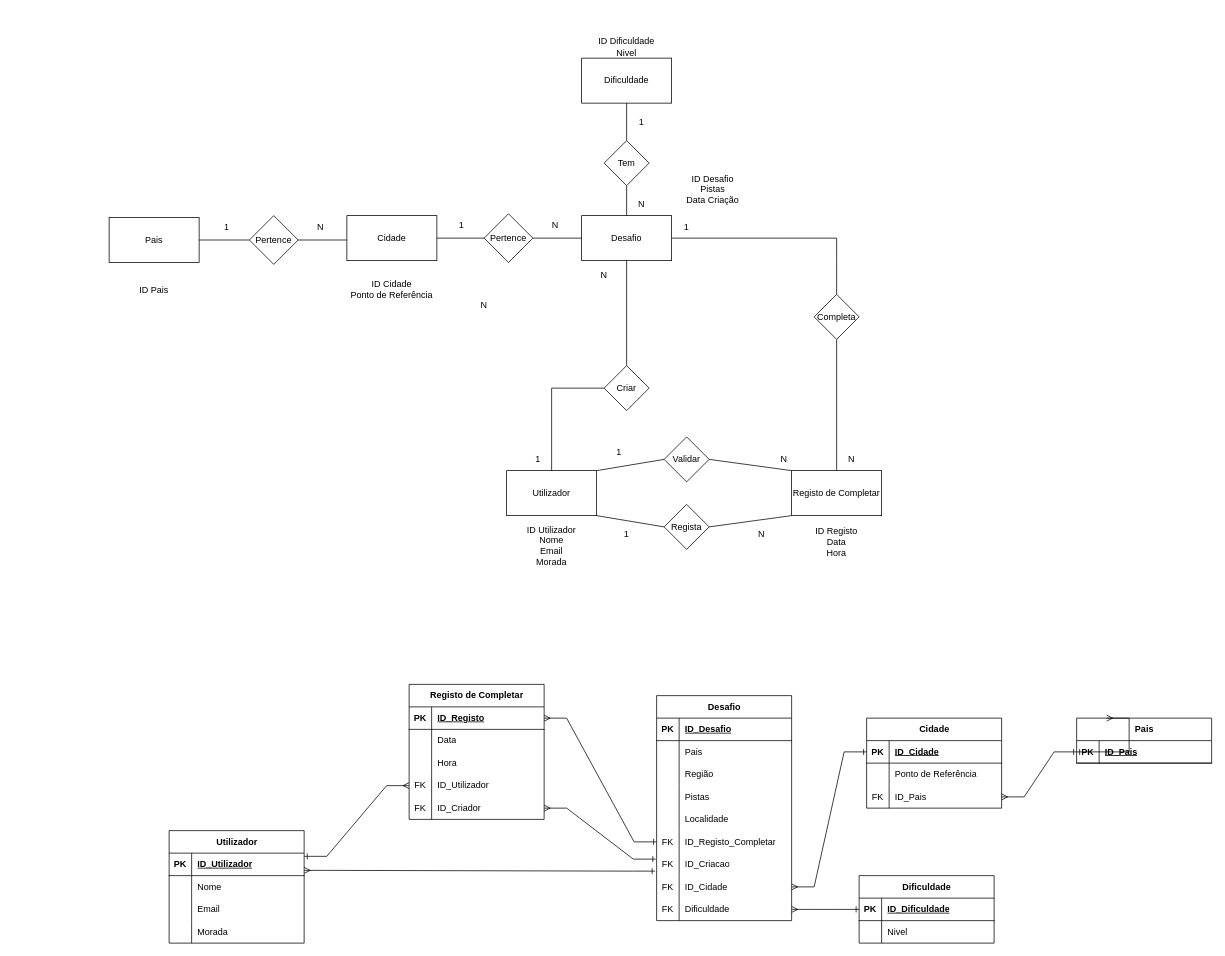
GoncaloPereira97/CESAE_Softdev_PRT_1023 keeps this draw.io diagram as Ex_04_TrabalhoGrupo.drawio. Above is the earlier version. Source tidied: cells renumbered, new cells numbered last; positions are measured from the earlier drawing's top-left corner, leaving out a move shared by most shapes. Both pictures are drawn from the tidied source at 75%, with x=0, y=0 at pixel (109, 13).
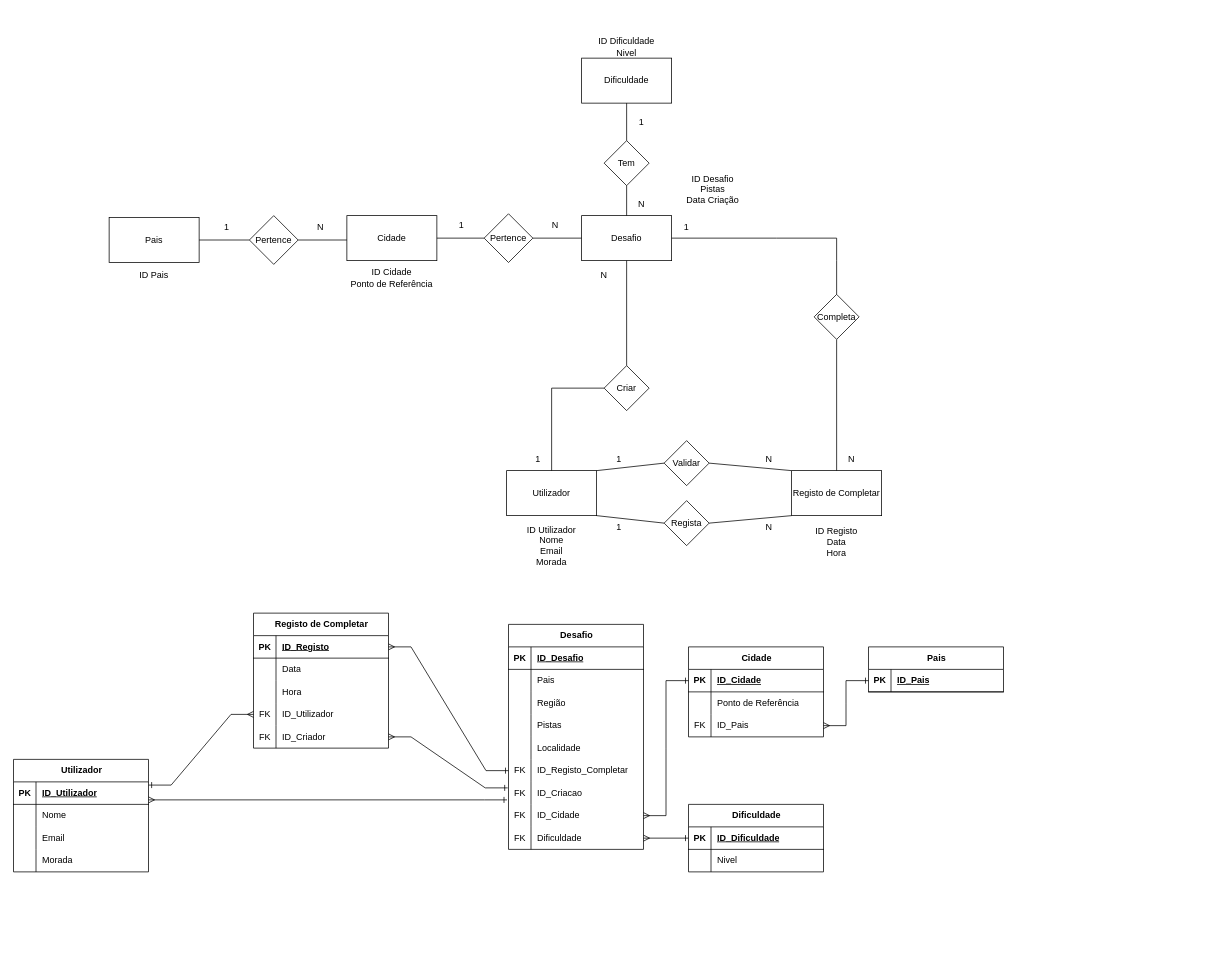
Above is the later version.

The change refers to these unchanged cells:
```xml
<mxCell id="24" style="shape=tableRow;horizontal=0;startSize=0;swimlaneHead=0;swimlaneBody=0;fillColor=none;points=[[0,0.5],[1,0.5]];portConstraint=eastwest;top=0;left=0;right=0;bottom=1;" parent="23" vertex="1">
  <mxGeometry y="30" width="180" height="30" as="geometry" />
</mxCell>
<mxCell id="33" style="shape=tableRow;horizontal=0;startSize=0;swimlaneHead=0;swimlaneBody=0;fillColor=none;points=[[0,0.5],[1,0.5]];portConstraint=eastwest;top=0;left=0;right=0;bottom=0;" parent="23" vertex="1">
  <mxGeometry y="120" width="180" height="30" as="geometry" />
</mxCell>
<mxCell id="40" style="shape=tableRow;horizontal=0;startSize=0;swimlaneHead=0;swimlaneBody=0;fillColor=none;points=[[0,0.5],[1,0.5]];portConstraint=eastwest;top=0;left=0;right=0;bottom=1;" parent="39" vertex="1">
  <mxGeometry y="30" width="180" height="30" as="geometry" />
</mxCell>
<mxCell id="47" style="shape=tableRow;horizontal=0;startSize=0;swimlaneHead=0;swimlaneBody=0;fillColor=none;points=[[0,0.5],[1,0.5]];portConstraint=eastwest;top=0;left=0;right=0;bottom=1;" parent="46" vertex="1">
  <mxGeometry y="30" width="180" height="30" as="geometry" />
</mxCell>
<mxCell id="90" style="shape=tableRow;horizontal=0;startSize=0;swimlaneHead=0;swimlaneBody=0;fillColor=none;points=[[0,0.5],[1,0.5]];portConstraint=eastwest;top=0;left=0;right=0;bottom=1;" parent="89" vertex="1">
  <mxGeometry y="30" width="180" height="30" as="geometry" />
</mxCell>
<mxCell id="100" style="shape=tableRow;horizontal=0;startSize=0;swimlaneHead=0;swimlaneBody=0;fillColor=none;points=[[0,0.5],[1,0.5]];portConstraint=eastwest;top=0;left=0;right=0;bottom=1;" parent="99" vertex="1">
  <mxGeometry y="30" width="180" height="30" as="geometry" />
</mxCell>
<mxCell id="124" style="shape=tableRow;horizontal=0;startSize=0;swimlaneHead=0;swimlaneBody=0;fillColor=none;points=[[0,0.5],[1,0.5]];portConstraint=eastwest;top=0;left=0;right=0;bottom=0;" parent="108" vertex="1">
  <mxGeometry y="180" width="180" height="30" as="geometry" />
</mxCell>
<mxCell id="127" style="shape=tableRow;horizontal=0;startSize=0;swimlaneHead=0;swimlaneBody=0;fillColor=none;points=[[0,0.5],[1,0.5]];portConstraint=eastwest;top=0;left=0;right=0;bottom=0;" parent="108" vertex="1">
  <mxGeometry y="210" width="180" height="30" as="geometry" />
</mxCell>
<mxCell id="130" style="shape=tableRow;horizontal=0;startSize=0;swimlaneHead=0;swimlaneBody=0;fillColor=none;points=[[0,0.5],[1,0.5]];portConstraint=eastwest;top=0;left=0;right=0;bottom=0;" parent="108" vertex="1">
  <mxGeometry y="240" width="180" height="30" as="geometry" />
</mxCell>
```

What changed in the source:
```diff
@@
     <mxCell id="8" value="Regista" style="rhombus;whiteSpace=wrap;html=1;" parent="1" vertex="1">
-      <mxGeometry x="740" y="655" width="60" height="60" as="geometry" />
+      <mxGeometry x="740" y="650" width="60" height="60" as="geometry" />
     </mxCell>
@@
     <mxCell id="15" value="N" style="text;html=1;strokeColor=none;fillColor=none;align=center;verticalAlign=middle;whiteSpace=wrap;rounded=0;" parent="1" vertex="1">
-      <mxGeometry x="840" y="680" width="60" height="30" as="geometry" />
+      <mxGeometry x="850" y="670" width="60" height="30" as="geometry" />
     </mxCell>
     <mxCell id="16" value="1" style="text;html=1;strokeColor=none;fillColor=none;align=center;verticalAlign=middle;whiteSpace=wrap;rounded=0;" parent="1" vertex="1">
-      <mxGeometry x="660" y="680" width="60" height="30" as="geometry" />
+      <mxGeometry x="650" y="670" width="60" height="30" as="geometry" />
     </mxCell>
@@
     <mxCell id="23" value="Registo de Completar" style="shape=table;startSize=30;childLayout=tableLayout;rowLines=0;fontStyle=1;align=center;html=1;" parent="1" vertex="1">
-      <mxGeometry x="400" y="895" width="180" height="180" as="geometry" />
+      <mxGeometry x="192.5" y="800" width="180" height="180" as="geometry" />
     </mxCell>
@@
     <mxCell id="39" value="Dificuldade" style="shape=table;startSize=30;childLayout=tableLayout;rowLines=0;fontStyle=1;align=center;html=1;" parent="1" vertex="1">
-      <mxGeometry x="1000" y="1150" width="180" height="90" as="geometry" />
+      <mxGeometry x="772.5" y="1055" width="180" height="90" as="geometry" />
     </mxCell>
@@
     <mxCell id="46" value="Utilizador" style="shape=table;startSize=30;childLayout=tableLayout;rowLines=0;fontStyle=1;align=center;html=1;" parent="1" vertex="1">
-      <mxGeometry x="80" y="1090" width="180" height="150" as="geometry" />
+      <mxGeometry x="-127.5" y="995" width="180" height="150" as="geometry" />
     </mxCell>
@@
     <mxCell id="59" style="edgeStyle=entityRelationEdgeStyle;fontSize=12;html=1;endArrow=ERone;endFill=0;rounded=0;startArrow=ERmany;startFill=0;exitX=0;exitY=0.5;exitDx=0;exitDy=0;entryX=1.001;entryY=0.143;entryDx=0;entryDy=0;entryPerimeter=0;" parent="1" edge="1" source="33" target="47">
       <mxGeometry relative="1" as="geometry">
         <Array as="points">
-          <mxPoint x="450" y="1170" />
-          <mxPoint x="40" y="1110" />
+          <mxPoint x="242.5" y="1075" />
+          <mxPoint x="-167.5" y="1015" />
         </Array>
       </mxGeometry>
     </mxCell>
     <mxCell id="60" style="edgeStyle=entityRelationEdgeStyle;fontSize=12;html=1;endArrow=ERone;endFill=0;rounded=0;startArrow=ERmany;startFill=0;entryX=0;entryY=0.5;entryDx=0;entryDy=0;exitX=1;exitY=0.5;exitDx=0;exitDy=0;" parent="1" edge="1" source="136" target="40">
       <mxGeometry relative="1" as="geometry">
         <Array as="points">
-          <mxPoint x="730" y="1415" />
+          <mxPoint x="532.5" y="1320" />
         </Array>
       </mxGeometry>
     </mxCell>
     <mxCell id="61" style="edgeStyle=entityRelationEdgeStyle;fontSize=12;html=1;endArrow=ERone;endFill=0;rounded=0;startArrow=ERmany;startFill=0;entryX=0;entryY=0.5;entryDx=0;entryDy=0;exitX=1;exitY=0.5;exitDx=0;exitDy=0;" parent="1" edge="1" source="24" target="124">
       <mxGeometry relative="1" as="geometry">
         <Array as="points">
-          <mxPoint x="850" y="1315" />
+          <mxPoint x="652.5" y="1220" />
         </Array>
       </mxGeometry>
     </mxCell>
-    <mxCell id="62" style="edgeStyle=entityRelationEdgeStyle;fontSize=12;html=1;endArrow=ERone;endFill=0;rounded=0;startArrow=ERmany;startFill=0;entryX=-0.011;entryY=0.8;entryDx=0;entryDy=0;entryPerimeter=0;" parent="1" edge="1" target="127">
+    <mxCell id="62" style="edgeStyle=entityRelationEdgeStyle;fontSize=12;html=1;endArrow=ERone;endFill=0;rounded=0;startArrow=ERmany;startFill=0;entryX=-0.011;entryY=0.8;entryDx=0;entryDy=0;entryPerimeter=0;exitX=1;exitY=0.8;exitDx=0;exitDy=0;exitPerimeter=0;" parent="1" edge="1" source="47" target="127">
       <mxGeometry relative="1" as="geometry">
-        <mxPoint x="260" y="1143" as="sourcePoint" />
         <Array as="points">
-          <mxPoint x="1010" y="1655" />
+          <mxPoint x="812.5" y="1560" />
         </Array>
       </mxGeometry>
     </mxCell>
@@
     <mxCell id="66" value="Validar" style="rhombus;whiteSpace=wrap;html=1;rotation=0;" parent="1" vertex="1">
-      <mxGeometry x="740" y="565" width="60" height="60" as="geometry" />
+      <mxGeometry x="740" y="570" width="60" height="60" as="geometry" />
     </mxCell>
@@
     <mxCell id="69" value="N" style="text;html=1;strokeColor=none;fillColor=none;align=center;verticalAlign=middle;whiteSpace=wrap;rounded=0;" parent="1" vertex="1">
-      <mxGeometry x="870" y="580" width="60" height="30" as="geometry" />
+      <mxGeometry x="850" y="580" width="60" height="30" as="geometry" />
     </mxCell>
@@
-    <mxCell id="72" value="N" style="text;html=1;strokeColor=none;fillColor=none;align=center;verticalAlign=middle;whiteSpace=wrap;rounded=0;" parent="1" vertex="1">
-      <mxGeometry x="470" y="375" width="60" height="30" as="geometry" />
-    </mxCell>
@@
     <mxCell id="81" value="ID Cidade&lt;br&gt;Ponto de Referência" style="text;html=1;strokeColor=none;fillColor=none;align=center;verticalAlign=middle;whiteSpace=wrap;rounded=0;" parent="1" vertex="1">
-      <mxGeometry x="317" y="335" width="120" height="65" as="geometry" />
+      <mxGeometry x="316.5" y="320" width="120" height="65" as="geometry" />
     </mxCell>
@@
     <mxCell id="88" value="ID Pais" style="text;html=1;strokeColor=none;fillColor=none;align=center;verticalAlign=middle;whiteSpace=wrap;rounded=0;" parent="1" vertex="1">
-      <mxGeometry x="5" y="335" width="110" height="70" as="geometry" />
+      <mxGeometry x="5" y="315" width="110" height="70" as="geometry" />
     </mxCell>
     <mxCell id="89" value="Cidade" style="shape=table;startSize=30;childLayout=tableLayout;rowLines=0;fontStyle=1;align=center;html=1;" parent="1" vertex="1">
-      <mxGeometry x="1010" y="940" width="180" height="120" as="geometry" />
+      <mxGeometry x="772.5" y="845" width="180" height="120" as="geometry" />
     </mxCell>
@@
     <mxCell id="99" value="Pais" style="shape=table;startSize=30;childLayout=tableLayout;rowLines=0;fontStyle=1;align=center;html=1;" parent="1" vertex="1">
-      <mxGeometry x="1290" y="940" width="180" height="60" as="geometry" />
+      <mxGeometry x="1012.5" y="845" width="180" height="60" as="geometry" />
     </mxCell>
@@
-    <mxCell id="103" style="edgeStyle=entityRelationEdgeStyle;fontSize=12;html=1;endArrow=ERone;endFill=0;rounded=0;startArrow=ERmany;startFill=0;entryX=0;entryY=0.5;entryDx=0;entryDy=0;exitX=1;exitY=0.5;exitDx=0;exitDy=0;" parent="1" edge="1" target="100">
-      <mxGeometry relative="1" as="geometry">
-        <mxPoint x="1330" y="940" as="sourcePoint" />
-        <Array as="points">
-          <mxPoint x="1150" y="1190" />
-        </Array>
-      </mxGeometry>
-    </mxCell>
-    <mxCell id="104" style="shape=tableRow;horizontal=0;startSize=0;swimlaneHead=0;swimlaneBody=0;fillColor=none;points=[[0,0.5],[1,0.5]];portConstraint=eastwest;top=0;left=0;right=0;bottom=0;" parent="1" vertex="1">
-      <mxGeometry x="1010" y="1030" width="180" height="30" as="geometry" />
-    </mxCell>
-    <mxCell id="105" value="FK" style="shape=partialRectangle;fillColor=none;top=0;left=0;bottom=0;right=0;overflow=hidden;whiteSpace=wrap;html=1;" parent="104" vertex="1">
-      <mxGeometry width="30" height="30" as="geometry" />
-    </mxCell>
-    <mxCell id="106" value="ID_Pais" style="shape=partialRectangle;fillColor=none;top=0;left=0;bottom=0;right=0;align=left;spacingLeft=6;overflow=hidden;whiteSpace=wrap;html=1;" parent="104" vertex="1">
-      <mxGeometry x="30" width="150" height="30" as="geometry" />
-    </mxCell>
-    <mxCell id="107" style="edgeStyle=entityRelationEdgeStyle;fontSize=12;html=1;endArrow=ERone;endFill=0;rounded=0;startArrow=ERmany;startFill=0;entryX=0;entryY=0.5;entryDx=0;entryDy=0;exitX=1;exitY=0.5;exitDx=0;exitDy=0;" parent="1" edge="1" source="104" target="100">
+    <mxCell id="107" style="edgeStyle=entityRelationEdgeStyle;fontSize=12;html=1;endArrow=ERone;endFill=0;rounded=0;startArrow=ERmany;startFill=0;entryX=0;entryY=0.5;entryDx=0;entryDy=0;" parent="1" edge="1" target="100">
       <mxGeometry relative="1" as="geometry">
+        <mxPoint x="952.5" y="950" as="sourcePoint" />
         <Array as="points">
-          <mxPoint x="1030" y="1335" />
+          <mxPoint x="832.5" y="1240" />
         </Array>
       </mxGeometry>
     </mxCell>
     <mxCell id="108" value="Desafio" style="shape=table;startSize=30;childLayout=tableLayout;rowLines=0;fontStyle=1;align=center;html=1;" parent="1" vertex="1">
-      <mxGeometry x="730" y="910" width="180" height="300" as="geometry" />
+      <mxGeometry x="532.5" y="815" width="180" height="300" as="geometry" />
     </mxCell>
@@
     <mxCell id="136" style="shape=tableRow;horizontal=0;startSize=0;swimlaneHead=0;swimlaneBody=0;fillColor=none;points=[[0,0.5],[1,0.5]];portConstraint=eastwest;top=0;left=0;right=0;bottom=0;" parent="1" vertex="1">
-      <mxGeometry x="730" y="1180" width="180" height="30" as="geometry" />
+      <mxGeometry x="532.5" y="1085" width="180" height="30" as="geometry" />
     </mxCell>
@@
     <mxCell id="139" style="edgeStyle=entityRelationEdgeStyle;fontSize=12;html=1;endArrow=ERone;endFill=0;rounded=0;startArrow=ERmany;startFill=0;entryX=0;entryY=0.5;entryDx=0;entryDy=0;exitX=1;exitY=0.5;exitDx=0;exitDy=0;" parent="1" edge="1" source="130" target="90">
       <mxGeometry relative="1" as="geometry">
         <Array as="points">
-          <mxPoint x="1040" y="1345" />
+          <mxPoint x="842.5" y="1250" />
         </Array>
       </mxGeometry>
     </mxCell>
     <mxCell id="140" value="1" style="text;html=1;strokeColor=none;fillColor=none;align=center;verticalAlign=middle;whiteSpace=wrap;rounded=0;" parent="1" vertex="1">
-      <mxGeometry x="650" y="570" width="60" height="30" as="geometry" />
+      <mxGeometry x="650" y="580" width="60" height="30" as="geometry" />
     </mxCell>
     <mxCell id="141" style="shape=tableRow;horizontal=0;startSize=0;swimlaneHead=0;swimlaneBody=0;fillColor=none;top=0;left=0;right=0;bottom=0;" parent="1" vertex="1">
-      <mxGeometry x="410" y="1085" width="180" height="30" as="geometry" />
+      <mxGeometry x="202.5" y="990" width="180" height="30" as="geometry" />
     </mxCell>
     <mxCell id="142" value="ID_Criador" style="shape=partialRectangle;fillColor=none;top=0;left=0;bottom=0;right=0;align=left;spacingLeft=6;overflow=hidden;whiteSpace=wrap;html=1;" parent="1" vertex="1">
-      <mxGeometry x="430" y="1045" width="150" height="30" as="geometry" />
+      <mxGeometry x="222.5" y="950" width="150" height="30" as="geometry" />
     </mxCell>
     <mxCell id="143" value="FK" style="shape=partialRectangle;fillColor=none;top=0;left=0;bottom=0;right=0;overflow=hidden;whiteSpace=wrap;html=1;" parent="1" vertex="1">
-      <mxGeometry x="400" y="1045" width="30" height="30" as="geometry" />
+      <mxGeometry x="192.5" y="950" width="30" height="30" as="geometry" />
     </mxCell>
     <mxCell id="144" style="edgeStyle=entityRelationEdgeStyle;fontSize=12;html=1;endArrow=ERone;endFill=0;rounded=0;startArrow=ERmany;startFill=0;entryX=-0.006;entryY=0.267;entryDx=0;entryDy=0;entryPerimeter=0;" parent="1" edge="1" target="127">
       <mxGeometry relative="1" as="geometry">
-        <mxPoint x="580" y="1060" as="sourcePoint" />
+        <mxPoint x="372.5" y="965" as="sourcePoint" />
         <Array as="points">
-          <mxPoint x="460" y="1180" />
-          <mxPoint x="50" y="1120" />
+          <mxPoint x="262.5" y="1085" />
+          <mxPoint x="-147.5" y="1025" />
         </Array>
       </mxGeometry>
     </mxCell>
+    <mxCell id="106" value="ID_Pais" style="shape=partialRectangle;fillColor=none;top=0;left=0;bottom=0;right=0;align=left;spacingLeft=6;overflow=hidden;whiteSpace=wrap;html=1;" parent="1" vertex="1">
+      <mxGeometry x="802.5" y="935" width="150" height="30" as="geometry" />
+    </mxCell>
+    <mxCell id="105" value="FK" style="shape=partialRectangle;fillColor=none;top=0;left=0;bottom=0;right=0;overflow=hidden;whiteSpace=wrap;html=1;" parent="1" vertex="1">
+      <mxGeometry x="772.5" y="935" width="30" height="30" as="geometry" />
+    </mxCell>
```
